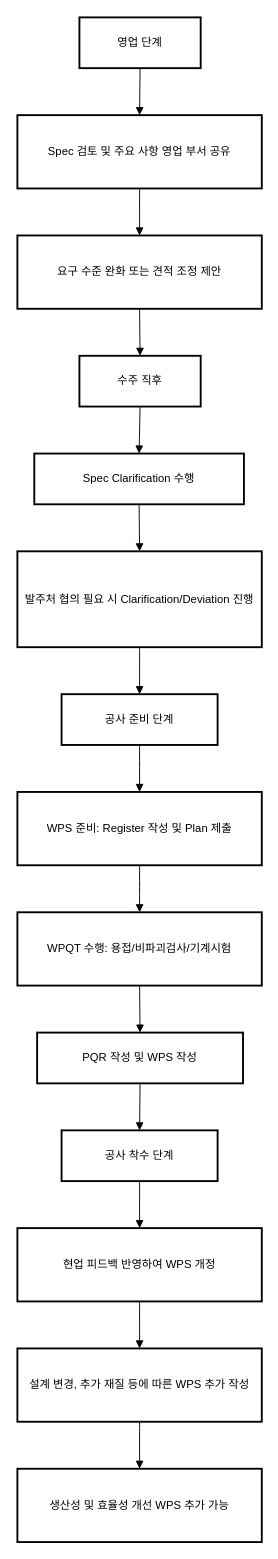
Above: 제목 없는 다이어그램.drawio in kim-sunghoon74/draw.io2 (draw.io), before the change. Source tidied: cells renumbered, new cells numbered last; positions are measured from the earlier drawing's top-left corner, leaving out a move shared by most shapes. Both pictures are drawn from the tidied source at 94%, with x=0, y=0 at pixel (17, 17).
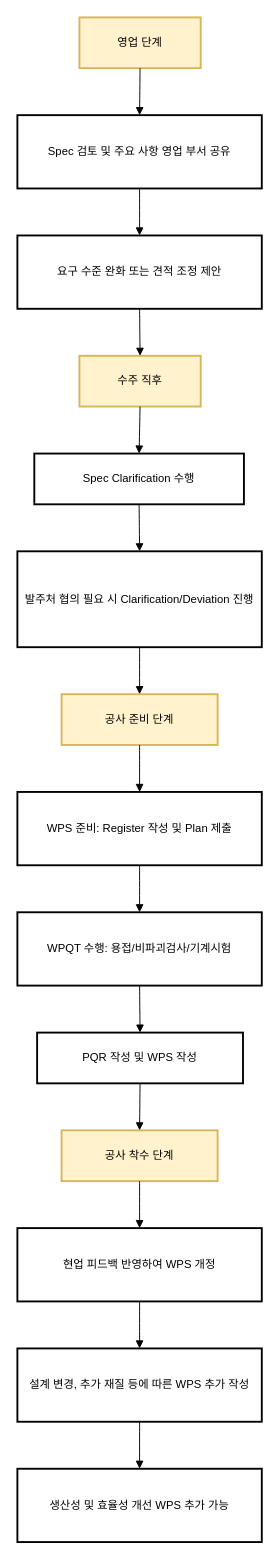
The same page after the edit.

Commit message:
해양 용접시공.drawio 업데이트

The edit, as a diff of the source:
```diff
@@
-    <mxCell id="2" value="영업 단계" style="whiteSpace=wrap;strokeWidth=2;" parent="1" vertex="1">
+    <mxCell id="2" value="영업 단계" style="whiteSpace=wrap;strokeWidth=2;fillColor=#fff2cc;strokeColor=#d6b656;" parent="1" vertex="1">
       <mxGeometry x="66" width="129" height="54" as="geometry" />
     </mxCell>
@@
-    <mxCell id="5" value="수주 직후" style="whiteSpace=wrap;strokeWidth=2;" parent="1" vertex="1">
+    <mxCell id="5" value="수주 직후" style="whiteSpace=wrap;strokeWidth=2;fillColor=#fff2cc;strokeColor=#d6b656;" parent="1" vertex="1">
       <mxGeometry x="66" y="360" width="129" height="54" as="geometry" />
     </mxCell>
@@
-    <mxCell id="8" value="공사 준비 단계" style="whiteSpace=wrap;strokeWidth=2;" parent="1" vertex="1">
+    <mxCell id="8" value="공사 준비 단계" style="whiteSpace=wrap;strokeWidth=2;fillColor=#fff2cc;strokeColor=#d6b656;" parent="1" vertex="1">
       <mxGeometry x="47" y="720" width="166" height="54" as="geometry" />
     </mxCell>
@@
-    <mxCell id="12" value="공사 착수 단계" style="whiteSpace=wrap;strokeWidth=2;" parent="1" vertex="1">
+    <mxCell id="12" value="공사 착수 단계" style="whiteSpace=wrap;strokeWidth=2;fillColor=#fff2cc;strokeColor=#d6b656;" parent="1" vertex="1">
       <mxGeometry x="47" y="1184" width="166" height="54" as="geometry" />
     </mxCell>
```
